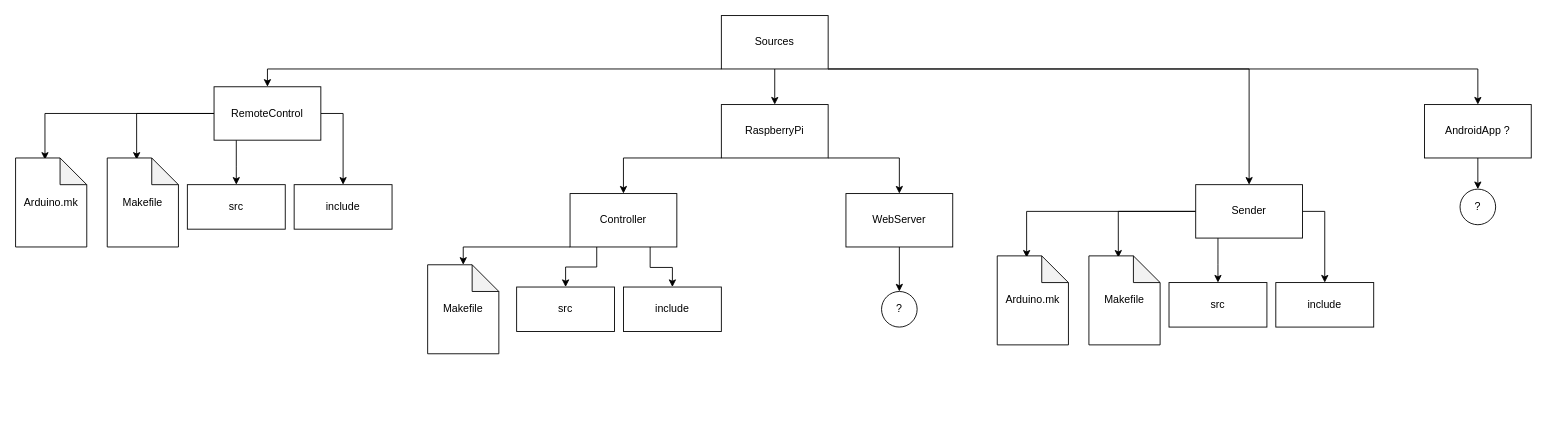
The draw.io diagram Diagrams/Mindmaps/Struture de la programmation.drawio in to268/DMX, before the edit. Source tidied: cells renumbered, new cells numbered last; positions are measured from the earlier drawing's top-left corner, leaving out a move shared by most shapes. Both pictures are drawn from the tidied source at 89%, with x=0, y=0 at pixel (15, 15).
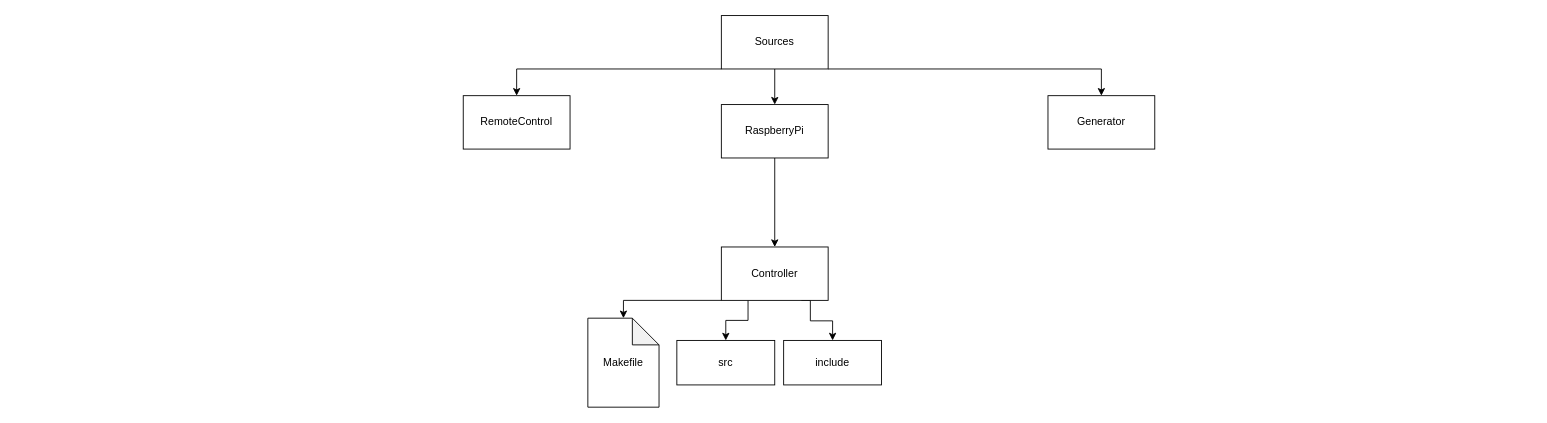
After the change.

The change refers to these unchanged cells:
```xml
<mxCell id="6" value="Sources" style="rounded=0;whiteSpace=wrap;html=1;" parent="1" vertex="1">
  <mxGeometry x="793" width="120" height="60" as="geometry" />
</mxCell>
<mxCell id="14" value="RaspberryPi" style="rounded=0;whiteSpace=wrap;html=1;" parent="1" vertex="1">
  <mxGeometry x="793" y="100" width="120" height="60" as="geometry" />
</mxCell>
```

The edit, as a diff of the source:
```diff
@@
     <mxCell id="2" style="edgeStyle=orthogonalEdgeStyle;rounded=0;jettySize=auto;html=1;exitX=0;exitY=1;exitDx=0;exitDy=0;entryX=0.5;entryY=0;entryDx=0;entryDy=0;" parent="1" edge="1" source="6" target="11">
       <mxGeometry relative="1" as="geometry">
         <Array as="points">
-          <mxPoint x="283" y="60" />
+          <mxPoint x="563" y="60" />
         </Array>
       </mxGeometry>
     </mxCell>
@@
-    <mxCell id="4" style="edgeStyle=orthogonalEdgeStyle;rounded=0;jettySize=auto;html=1;exitX=1;exitY=1;exitDx=0;exitDy=0;entryX=0.5;entryY=0;entryDx=0;entryDy=0;" parent="1" edge="1" source="6" target="16">
-      <mxGeometry relative="1" as="geometry">
-        <Array as="points">
-          <mxPoint x="1643" y="60" />
-        </Array>
-      </mxGeometry>
-    </mxCell>
     <mxCell id="5" style="edgeStyle=orthogonalEdgeStyle;rounded=0;jettySize=auto;html=1;exitX=1;exitY=1;exitDx=0;exitDy=0;entryX=0.5;entryY=0;entryDx=0;entryDy=0;" parent="1" edge="1" source="6" target="36">
       <mxGeometry relative="1" as="geometry">
         <Array as="points">
-          <mxPoint x="1386" y="60" />
+          <mxPoint x="1220" y="60" />
         </Array>
       </mxGeometry>
     </mxCell>
@@
-    <mxCell id="7" style="edgeStyle=orthogonalEdgeStyle;rounded=0;jettySize=auto;html=1;exitX=0;exitY=0.5;exitDx=0;exitDy=0;entryX=0.413;entryY=0.02;entryDx=0;entryDy=0;entryPerimeter=0;" parent="1" edge="1" source="11" target="30">
-      <mxGeometry relative="1" as="geometry" />
-    </mxCell>
-    <mxCell id="8" style="edgeStyle=orthogonalEdgeStyle;rounded=0;jettySize=auto;html=1;exitX=0;exitY=0.5;exitDx=0;exitDy=0;entryX=0.413;entryY=0.02;entryDx=0;entryDy=0;entryPerimeter=0;" parent="1" edge="1" source="11" target="28">
-      <mxGeometry relative="1" as="geometry" />
-    </mxCell>
-    <mxCell id="9" style="edgeStyle=orthogonalEdgeStyle;rounded=0;jettySize=auto;html=1;entryX=0.5;entryY=0;entryDx=0;entryDy=0;" parent="1" edge="1" source="11" target="27">
-      <mxGeometry relative="1" as="geometry">
-        <Array as="points">
-          <mxPoint x="248" y="170" />
-          <mxPoint x="248" y="170" />
-        </Array>
-      </mxGeometry>
-    </mxCell>
-    <mxCell id="10" style="edgeStyle=orthogonalEdgeStyle;rounded=0;jettySize=auto;html=1;exitX=1;exitY=0.5;exitDx=0;exitDy=0;entryX=0.5;entryY=0;entryDx=0;entryDy=0;" parent="1" edge="1" source="11" target="29">
-      <mxGeometry relative="1" as="geometry" />
-    </mxCell>
     <mxCell id="11" value="RemoteControl" style="rounded=0;whiteSpace=wrap;html=1;" parent="1" vertex="1">
-      <mxGeometry x="223" y="80" width="120" height="60" as="geometry" />
+      <mxGeometry x="503" y="90" width="120" height="60" as="geometry" />
     </mxCell>
-    <mxCell id="12" style="edgeStyle=orthogonalEdgeStyle;rounded=0;jettySize=auto;html=1;exitX=0;exitY=1;exitDx=0;exitDy=0;entryX=0.5;entryY=0;entryDx=0;entryDy=0;" parent="1" edge="1" source="14" target="20">
-      <mxGeometry relative="1" as="geometry">
-        <Array as="points">
-          <mxPoint x="683" y="160" />
-        </Array>
-      </mxGeometry>
+    <mxCell id="12" style="edgeStyle=orthogonalEdgeStyle;rounded=0;jettySize=auto;html=1;exitX=0.5;exitY=1;exitDx=0;exitDy=0;entryX=0.5;entryY=0;entryDx=0;entryDy=0;" parent="1" edge="1" source="14" target="20">
+      <mxGeometry relative="1" as="geometry" />
     </mxCell>
-    <mxCell id="13" style="edgeStyle=orthogonalEdgeStyle;rounded=0;jettySize=auto;html=1;exitX=1;exitY=1;exitDx=0;exitDy=0;entryX=0.5;entryY=0;entryDx=0;entryDy=0;" parent="1" edge="1" source="14" target="22">
-      <mxGeometry relative="1" as="geometry">
-        <Array as="points">
-          <mxPoint x="993" y="160" />
-        </Array>
-      </mxGeometry>
-    </mxCell>
@@
-    <mxCell id="15" style="edgeStyle=orthogonalEdgeStyle;rounded=0;jettySize=auto;html=1;exitX=0.5;exitY=1;exitDx=0;exitDy=0;entryX=0.5;entryY=0;entryDx=0;entryDy=0;" parent="1" edge="1" source="16" target="31">
-      <mxGeometry relative="1" as="geometry" />
-    </mxCell>
-    <mxCell id="16" value="AndroidApp ?" style="rounded=0;whiteSpace=wrap;html=1;" parent="1" vertex="1">
-      <mxGeometry x="1583" y="100" width="120" height="60" as="geometry" />
-    </mxCell>
     <mxCell id="17" style="edgeStyle=orthogonalEdgeStyle;rounded=0;jettySize=auto;html=1;exitX=0;exitY=1;exitDx=0;exitDy=0;entryX=0.5;entryY=0;entryDx=0;entryDy=0;entryPerimeter=0;" parent="1" edge="1" source="20" target="25">
       <mxGeometry relative="1" as="geometry">
         <Array as="points">
-          <mxPoint x="503" y="260" />
+          <mxPoint x="683" y="320" />
         </Array>
       </mxGeometry>
     </mxCell>
@@
     <mxCell id="19" style="edgeStyle=orthogonalEdgeStyle;rounded=0;jettySize=auto;html=1;exitX=0.75;exitY=1;exitDx=0;exitDy=0;entryX=0.5;entryY=0;entryDx=0;entryDy=0;" parent="1" edge="1" source="20" target="26">
       <mxGeometry relative="1" as="geometry">
         <Array as="points">
-          <mxPoint x="713" y="283" />
-          <mxPoint x="738" y="283" />
+          <mxPoint x="893" y="343" />
+          <mxPoint x="918" y="343" />
         </Array>
       </mxGeometry>
     </mxCell>
     <mxCell id="20" value="Controller" style="rounded=0;whiteSpace=wrap;html=1;" parent="1" vertex="1">
-      <mxGeometry x="623" y="200" width="120" height="60" as="geometry" />
+      <mxGeometry x="793" y="260" width="120" height="60" as="geometry" />
     </mxCell>
-    <mxCell id="21" style="edgeStyle=orthogonalEdgeStyle;rounded=0;jettySize=auto;html=1;exitX=0.5;exitY=1;exitDx=0;exitDy=0;entryX=0.5;entryY=0;entryDx=0;entryDy=0;" parent="1" edge="1" source="22" target="23">
-      <mxGeometry relative="1" as="geometry" />
-    </mxCell>
-    <mxCell id="22" value="WebServer" style="rounded=0;whiteSpace=wrap;html=1;" parent="1" vertex="1">
-      <mxGeometry x="933" y="200" width="120" height="60" as="geometry" />
-    </mxCell>
-    <mxCell id="23" value="?" style="ellipse;whiteSpace=wrap;html=1;" parent="1" vertex="1">
-      <mxGeometry x="973" y="310" width="40" height="40" as="geometry" />
-    </mxCell>
     <mxCell id="24" value="src" style="rounded=0;whiteSpace=wrap;html=1;" parent="1" vertex="1">
-      <mxGeometry x="563" y="305" width="110" height="50" as="geometry" />
+      <mxGeometry x="743" y="365" width="110" height="50" as="geometry" />
     </mxCell>
     <mxCell id="25" value="Makefile" style="shape=note;whiteSpace=wrap;html=1;backgroundOutline=1;darkOpacity=0.05;" parent="1" vertex="1">
-      <mxGeometry x="463" y="280" width="80" height="100" as="geometry" />
+      <mxGeometry x="643" y="340" width="80" height="100" as="geometry" />
     </mxCell>
     <mxCell id="26" value="include" style="rounded=0;whiteSpace=wrap;html=1;" parent="1" vertex="1">
-      <mxGeometry x="683" y="305" width="110" height="50" as="geometry" />
+      <mxGeometry x="863" y="365" width="110" height="50" as="geometry" />
     </mxCell>
-    <mxCell id="27" value="src" style="rounded=0;whiteSpace=wrap;html=1;" parent="1" vertex="1">
-      <mxGeometry x="193" y="190" width="110" height="50" as="geometry" />
-    </mxCell>
-    <mxCell id="28" value="Makefile" style="shape=note;whiteSpace=wrap;html=1;backgroundOutline=1;darkOpacity=0.05;" parent="1" vertex="1">
-      <mxGeometry x="103" y="160" width="80" height="100" as="geometry" />
-    </mxCell>
-    <mxCell id="29" value="include" style="rounded=0;whiteSpace=wrap;html=1;" parent="1" vertex="1">
-      <mxGeometry x="313" y="190" width="110" height="50" as="geometry" />
-    </mxCell>
-    <mxCell id="30" value="Arduino.mk" style="shape=note;whiteSpace=wrap;html=1;backgroundOutline=1;darkOpacity=0.05;" parent="1" vertex="1">
-      <mxGeometry y="160" width="80" height="100" as="geometry" />
-    </mxCell>
-    <mxCell id="31" value="?" style="ellipse;whiteSpace=wrap;html=1;" parent="1" vertex="1">
-      <mxGeometry x="1623" y="195" width="40" height="40" as="geometry" />
-    </mxCell>
-    <mxCell id="32" style="edgeStyle=orthogonalEdgeStyle;rounded=0;jettySize=auto;html=1;exitX=0;exitY=0.5;exitDx=0;exitDy=0;entryX=0.413;entryY=0.02;entryDx=0;entryDy=0;entryPerimeter=0;" parent="1" edge="1" source="36" target="40">
-      <mxGeometry relative="1" as="geometry" />
-    </mxCell>
-    <mxCell id="33" style="edgeStyle=orthogonalEdgeStyle;rounded=0;jettySize=auto;html=1;exitX=0;exitY=0.5;exitDx=0;exitDy=0;entryX=0.413;entryY=0.02;entryDx=0;entryDy=0;entryPerimeter=0;" parent="1" edge="1" source="36" target="38">
-      <mxGeometry relative="1" as="geometry" />
-    </mxCell>
-    <mxCell id="34" style="edgeStyle=orthogonalEdgeStyle;rounded=0;jettySize=auto;html=1;entryX=0.5;entryY=0;entryDx=0;entryDy=0;" parent="1" edge="1" source="36" target="37">
-      <mxGeometry relative="1" as="geometry">
-        <Array as="points">
-          <mxPoint x="1351" y="280" />
-          <mxPoint x="1351" y="280" />
-        </Array>
-      </mxGeometry>
-    </mxCell>
-    <mxCell id="35" style="edgeStyle=orthogonalEdgeStyle;rounded=0;jettySize=auto;html=1;exitX=1;exitY=0.5;exitDx=0;exitDy=0;entryX=0.5;entryY=0;entryDx=0;entryDy=0;" parent="1" edge="1" source="36" target="39">
-      <mxGeometry relative="1" as="geometry" />
-    </mxCell>
-    <mxCell id="36" value="Sender" style="rounded=0;whiteSpace=wrap;html=1;" parent="1" vertex="1">
-      <mxGeometry x="1326" y="190" width="120" height="60" as="geometry" />
+    <mxCell id="36" value="Generator" style="rounded=0;whiteSpace=wrap;html=1;" parent="1" vertex="1">
+      <mxGeometry x="1160" y="90" width="120" height="60" as="geometry" />
     </mxCell>
-    <mxCell id="37" value="src" style="rounded=0;whiteSpace=wrap;html=1;" parent="1" vertex="1">
-      <mxGeometry x="1296" y="300" width="110" height="50" as="geometry" />
-    </mxCell>
-    <mxCell id="38" value="Makefile" style="shape=note;whiteSpace=wrap;html=1;backgroundOutline=1;darkOpacity=0.05;" parent="1" vertex="1">
-      <mxGeometry x="1206" y="270" width="80" height="100" as="geometry" />
-    </mxCell>
-    <mxCell id="39" value="include" style="rounded=0;whiteSpace=wrap;html=1;" parent="1" vertex="1">
-      <mxGeometry x="1416" y="300" width="110" height="50" as="geometry" />
-    </mxCell>
-    <mxCell id="40" value="Arduino.mk" style="shape=note;whiteSpace=wrap;html=1;backgroundOutline=1;darkOpacity=0.05;" parent="1" vertex="1">
-      <mxGeometry x="1103" y="270" width="80" height="100" as="geometry" />
-    </mxCell>
```
